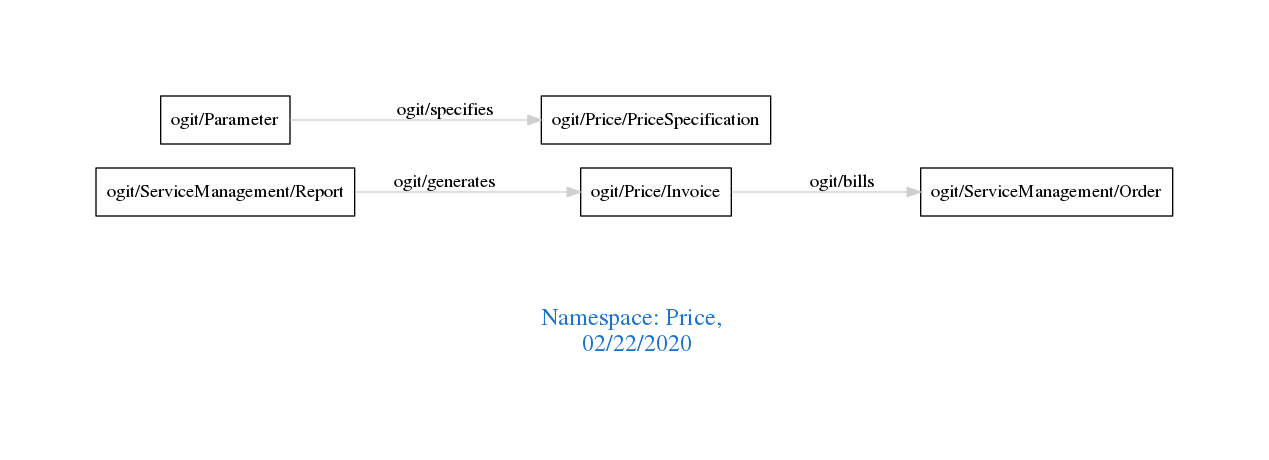
Earlier version of the Graphviz export downloads/Price.png (arago/OGIT). Its source is kept beside it as downloads/Price.dot.
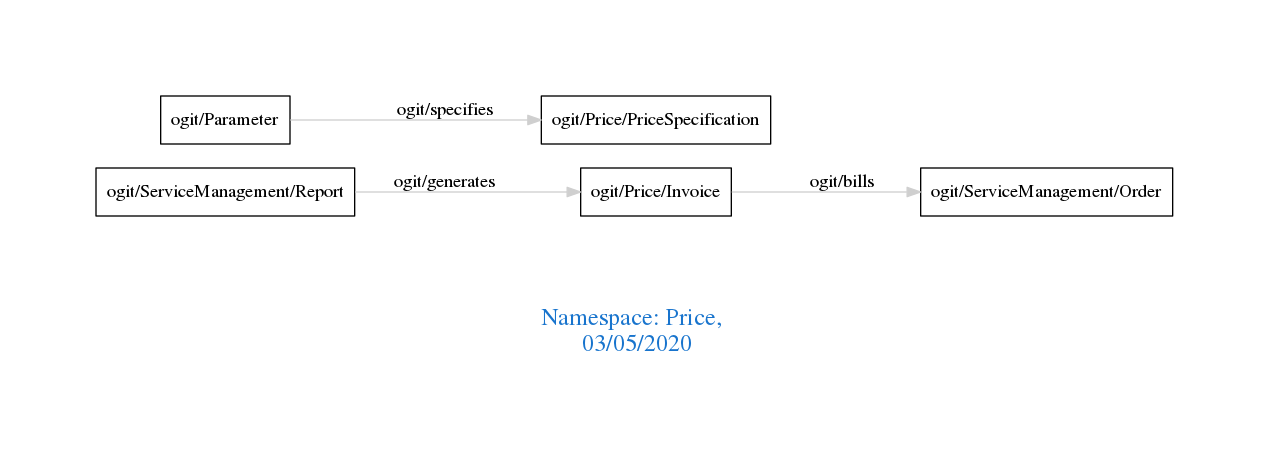
The same file after the commit.

Change to the diagram source:
```diff
@@ -1,7 +1,7 @@
 digraph OGIT_ontology {
  graph [ rankdir= LR,pad=1
 fontsize = 18,
-fontcolor= dodgerblue3,label = "\n\n\nNamespace: Price, \n 02/22/2020"];
+fontcolor= dodgerblue3,label = "\n\n\nNamespace: Price, \n 03/05/2020"];
 node[shape=polygon];
 edge [  color="gray81"];
 
```
